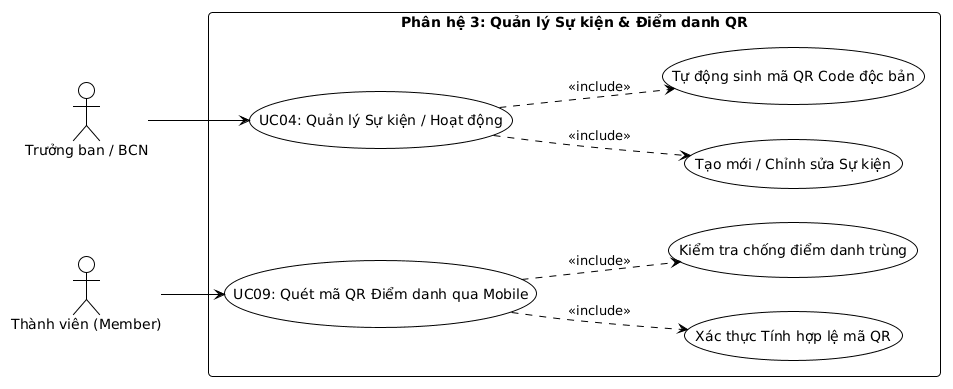
The PlantUML diagram images/usecase_sub3_event.png in nda2801/Student_Club_Management, before a commit. Its source is kept beside it as docs/plantuml/usecase_sub3_event.puml. Source of this version:
```plantuml
@startuml usecase_sub3_event
!theme plain
skinparam backgroundColor #FFFFFF
skinparam shadowing false
skinparam roundcorner 8

left to right direction
actor "Trưởng ban / BCN" as Leader
actor "Thành viên (Member)" as Member

rectangle "Phân hệ 3: Quản lý Sự kiện & Điểm danh QR" {
    usecase "UC04: Quản lý Sự kiện / Hoạt động" as UC04
    usecase "Tạo mới / Chỉnh sửa Sự kiện" as UC04_Create
    usecase "Tự động sinh mã QR Code độc bản" as UC04_QR
    usecase "UC09: Quét mã QR Điểm danh qua Mobile" as UC09
    usecase "Xác thực Tính hợp lệ mã QR" as UC09_Verify
    usecase "Kiểm tra chống điểm danh trùng" as UC09_Unique
}

Leader --> UC04
UC04 ..> UC04_Create : <<include>>
UC04 ..> UC04_QR : <<include>>

Member --> UC09
UC09 ..> UC09_Verify : <<include>>
UC09 ..> UC09_Unique : <<include>>
@enduml
```
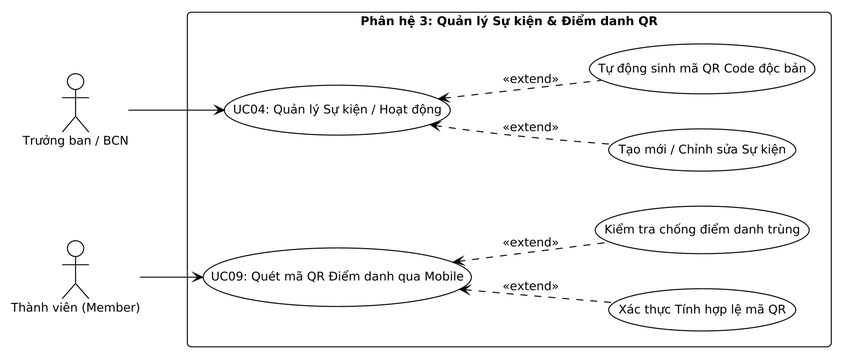
The same diagram one commit later.

The edit, as a diff of the source:
```diff
@@ -3,6 +3,9 @@
 skinparam backgroundColor #FFFFFF
 skinparam shadowing false
 skinparam roundcorner 8
+skinparam defaultFontName "Segoe UI"
+skinparam defaultFontSize 12
+skinparam dpi 200
 
 left to right direction
 actor "Trưởng ban / BCN" as Leader
@@ -18,10 +21,10 @@
 }
 
 Leader --> UC04
-UC04 ..> UC04_Create : <<include>>
-UC04 ..> UC04_QR : <<include>>
+UC04 <.. UC04_Create : <<extend>>
+UC04 <.. UC04_QR : <<extend>>
 
 Member --> UC09
-UC09 ..> UC09_Verify : <<include>>
-UC09 ..> UC09_Unique : <<include>>
+UC09 <.. UC09_Verify : <<extend>>
+UC09 <.. UC09_Unique : <<extend>>
 @enduml
```
